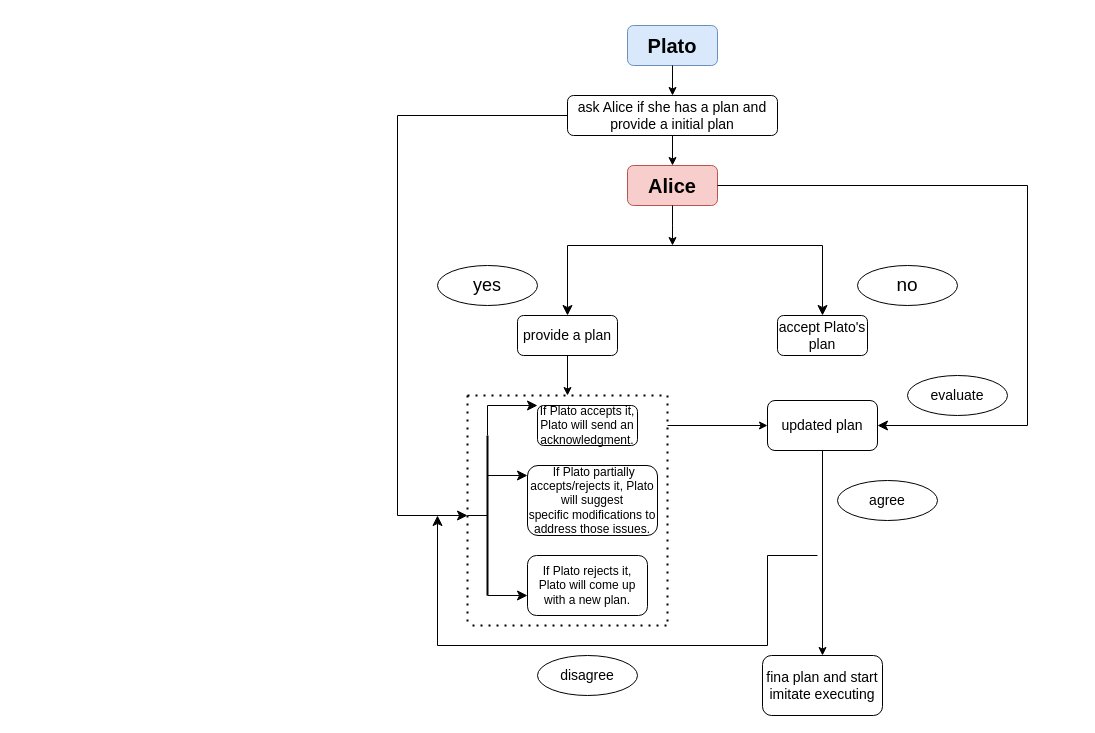
Earlier version of the draw.io diagram Untitled Diagram.drawio (duliwencynthia/Security-Report-Extracting-Plateform). Source tidied: cells renumbered, new cells numbered last; positions are measured from the earlier drawing's top-left corner, leaving out a move shared by most shapes. Both pictures are drawn from the tidied source at 100%, with x=0, y=0 at pixel (397, 25).
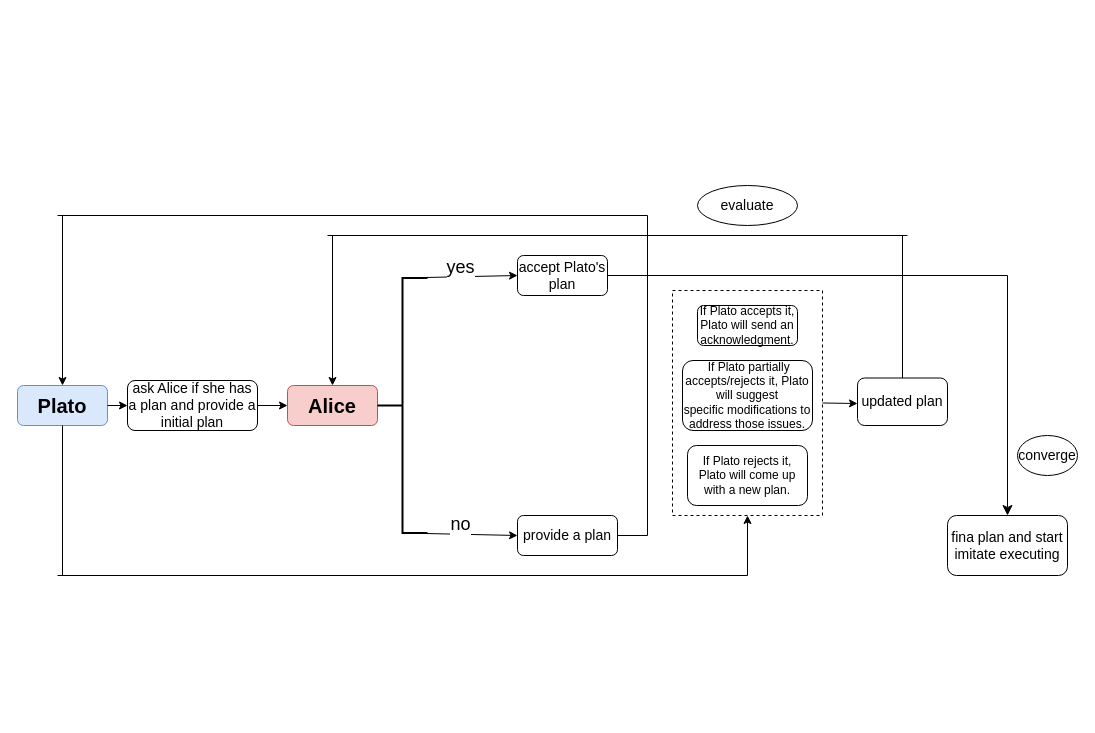
The same diagram, later.

Change to the diagram source:
```diff
@@
     <mxCell id="2" value="&lt;h4&gt;&lt;font style=&quot;font-size: 20px;&quot;&gt;Plato&lt;/font&gt;&lt;/h4&gt;" style="rounded=1;whiteSpace=wrap;html=1;fillColor=#dae8fc;strokeColor=#6c8ebf;" parent="1" vertex="1">
-      <mxGeometry x="230" width="90" height="40" as="geometry" />
+      <mxGeometry x="-380" y="360" width="90" height="40" as="geometry" />
     </mxCell>
-    <mxCell id="3" style="edgeStyle=orthogonalEdgeStyle;rounded=0;jettySize=auto;html=1;" parent="1" edge="1" source="4">
-      <mxGeometry relative="1" as="geometry">
-        <mxPoint x="275" y="220" as="targetPoint" />
-      </mxGeometry>
-    </mxCell>
     <mxCell id="4" value="&lt;h4&gt;&lt;font style=&quot;font-size: 20px;&quot;&gt;Alice&lt;/font&gt;&lt;/h4&gt;" style="rounded=1;whiteSpace=wrap;html=1;fillColor=#f8cecc;strokeColor=#b85450;" parent="1" vertex="1">
-      <mxGeometry x="230" y="140" width="90" height="40" as="geometry" />
+      <mxGeometry x="-110" y="360" width="90" height="40" as="geometry" />
     </mxCell>
-    <mxCell id="5" style="endArrow=none;html=1;rounded=0;entryX=0.5;entryY=1;entryDx=0;entryDy=0;" parent="1" edge="1" target="4">
-      <mxGeometry relative="1" as="geometry">
-        <mxPoint x="275" y="200" as="sourcePoint" />
-      </mxGeometry>
-    </mxCell>
-    <mxCell id="6" style="edgeStyle=segmentEdgeStyle;endArrow=classic;html=1;curved=0;rounded=0;endSize=8;startSize=8;" parent="1" edge="1">
-      <mxGeometry relative="1" as="geometry">
-        <mxPoint x="275" y="220" as="sourcePoint" />
-        <mxPoint x="425" y="290" as="targetPoint" />
-        <Array as="points">
-          <mxPoint x="425" y="220" />
-          <mxPoint x="425" y="290" />
-        </Array>
-      </mxGeometry>
-    </mxCell>
-    <mxCell id="7" style="edgeStyle=segmentEdgeStyle;endArrow=classic;html=1;curved=0;rounded=0;endSize=8;startSize=8;" parent="1" edge="1">
-      <mxGeometry relative="1" as="geometry">
-        <mxPoint x="325" y="220" as="sourcePoint" />
-        <mxPoint x="170" y="290" as="targetPoint" />
-        <Array as="points">
-          <mxPoint x="170" y="220" />
-          <mxPoint x="170" y="290" />
-        </Array>
-      </mxGeometry>
-    </mxCell>
-    <mxCell id="8" value="yes" style="ellipse;whiteSpace=wrap;html=1;fontSize=18;" parent="1" vertex="1">
-      <mxGeometry x="40" y="240" width="100" height="40" as="geometry" />
-    </mxCell>
-    <mxCell id="9" value="no" style="ellipse;whiteSpace=wrap;html=1;fontSize=19;" parent="1" vertex="1">
-      <mxGeometry x="460" y="240" width="100" height="40" as="geometry" />
-    </mxCell>
     <mxCell id="10" value="&lt;font style=&quot;font-size: 14px;&quot;&gt;ask Alice if she has a plan&amp;nbsp;and provide a initial plan&lt;/font&gt;" style="rounded=1;whiteSpace=wrap;html=1;" parent="1" vertex="1">
-      <mxGeometry x="170" y="70" width="210" height="40" as="geometry" />
+      <mxGeometry x="-270" y="355" width="130" height="50" as="geometry" />
     </mxCell>
-    <mxCell id="11" style="endArrow=classic;html=1;rounded=0;entryX=0.5;entryY=0;entryDx=0;entryDy=0;exitX=0.5;exitY=1;exitDx=0;exitDy=0;" parent="1" edge="1" source="2" target="10">
+    <mxCell id="11" style="endArrow=classic;html=1;rounded=0;entryX=0;entryY=0.5;entryDx=0;entryDy=0;exitX=1;exitY=0.5;exitDx=0;exitDy=0;" parent="1" edge="1" source="2" target="10">
       <mxGeometry relative="1" as="geometry" />
     </mxCell>
-    <mxCell id="12" style="endArrow=classic;html=1;rounded=0;entryX=0.5;entryY=0;entryDx=0;entryDy=0;exitX=0.5;exitY=1;exitDx=0;exitDy=0;" parent="1" edge="1" source="10" target="4">
+    <mxCell id="12" style="endArrow=classic;html=1;rounded=0;entryX=0;entryY=0.5;entryDx=0;entryDy=0;exitX=1;exitY=0.5;exitDx=0;exitDy=0;" parent="1" edge="1" source="10" target="4">
       <mxGeometry relative="1" as="geometry" />
     </mxCell>
     <mxCell id="13" value="&lt;font style=&quot;font-size: 14px;&quot;&gt;accept Plato's plan&lt;/font&gt;" style="rounded=1;whiteSpace=wrap;html=1;" parent="1" vertex="1">
-      <mxGeometry x="380" y="290" width="90" height="40" as="geometry" />
+      <mxGeometry x="120" y="230" width="90" height="40" as="geometry" />
     </mxCell>
-    <mxCell id="14" value="&lt;font style=&quot;font-size: 14px;&quot;&gt;provide a plan&lt;/font&gt;" style="rounded=1;whiteSpace=wrap;html=1;" parent="1" vertex="1">
-      <mxGeometry x="120" y="290" width="100" height="40" as="geometry" />
-    </mxCell>
-    <mxCell id="15" style="endArrow=classic;html=1;rounded=0;exitX=0.5;exitY=1;exitDx=0;exitDy=0;" parent="1" edge="1" source="14">
-      <mxGeometry relative="1" as="geometry">
-        <mxPoint x="170" y="370" as="targetPoint" />
-      </mxGeometry>
-    </mxCell>
-    <mxCell id="16" style="endArrow=none;dashed=1;html=1;dashPattern=1 3;strokeWidth=2;rounded=0;" parent="1" edge="1">
-      <mxGeometry relative="1" as="geometry">
-        <mxPoint x="70" y="370" as="sourcePoint" />
-        <mxPoint x="270" y="370" as="targetPoint" />
-        <Array as="points">
-          <mxPoint x="170" y="370" />
-        </Array>
-      </mxGeometry>
-    </mxCell>
-    <mxCell id="17" style="endArrow=none;dashed=1;html=1;dashPattern=1 3;strokeWidth=2;rounded=0;" parent="1" edge="1">
-      <mxGeometry relative="1" as="geometry">
-        <mxPoint x="70" y="370" as="sourcePoint" />
-        <mxPoint x="70" y="600" as="targetPoint" />
-        <Array as="points">
-          <mxPoint x="70" y="500" />
-        </Array>
-      </mxGeometry>
-    </mxCell>
-    <mxCell id="18" style="endArrow=none;dashed=1;html=1;dashPattern=1 3;strokeWidth=2;rounded=0;" parent="1" edge="1">
-      <mxGeometry relative="1" as="geometry">
-        <mxPoint x="270" y="370" as="sourcePoint" />
-        <mxPoint x="270" y="600" as="targetPoint" />
-        <Array as="points">
-          <mxPoint x="270" y="500" />
-        </Array>
-      </mxGeometry>
-    </mxCell>
-    <mxCell id="19" style="endArrow=none;dashed=1;html=1;dashPattern=1 3;strokeWidth=2;rounded=0;" parent="1" edge="1">
-      <mxGeometry relative="1" as="geometry">
-        <mxPoint x="75" y="600" as="sourcePoint" />
-        <mxPoint x="275" y="600" as="targetPoint" />
-        <Array as="points">
-          <mxPoint x="175" y="600" />
-        </Array>
-      </mxGeometry>
-    </mxCell>
-    <mxCell id="20" style="edgeStyle=segmentEdgeStyle;endArrow=classic;html=1;curved=0;rounded=0;endSize=8;startSize=8;exitX=0;exitY=0.5;exitDx=0;exitDy=0;" parent="1" edge="1" source="10" target="21">
-      <mxGeometry relative="1" as="geometry">
-        <Array as="points">
-          <mxPoint y="90" />
-          <mxPoint y="490" />
-        </Array>
-      </mxGeometry>
-    </mxCell>
-    <mxCell id="21" style="line;strokeWidth=1;html=1;" parent="1" vertex="1">
-      <mxGeometry x="70" y="485" width="20" height="10" as="geometry" />
-    </mxCell>
-    <mxCell id="22" style="line;strokeWidth=2;direction=south;html=1;" parent="1" vertex="1">
-      <mxGeometry x="85" y="410" width="10" height="160" as="geometry" />
-    </mxCell>
-    <mxCell id="23" style="edgeStyle=segmentEdgeStyle;endArrow=classic;html=1;curved=0;rounded=0;endSize=8;startSize=8;exitX=0;exitY=0.5;exitDx=0;exitDy=0;exitPerimeter=0;" parent="1" edge="1" source="22" target="24">
-      <mxGeometry relative="1" as="geometry">
-        <Array as="points">
-          <mxPoint x="90" y="380" />
-        </Array>
-      </mxGeometry>
-    </mxCell>
     <mxCell id="24" value="If Plato accepts it, Plato will send an acknowledgment." style="rounded=1;whiteSpace=wrap;html=1;" parent="1" vertex="1">
-      <mxGeometry x="140" y="380" width="100" height="40" as="geometry" />
+      <mxGeometry x="300" y="280" width="100" height="40" as="geometry" />
     </mxCell>
-    <mxCell id="25" style="edgeStyle=segmentEdgeStyle;endArrow=classic;html=1;curved=0;rounded=0;endSize=8;startSize=8;exitX=0.25;exitY=0.5;exitDx=0;exitDy=0;exitPerimeter=0;" parent="1" edge="1" source="22" target="26">
-      <mxGeometry relative="1" as="geometry" />
-    </mxCell>
     <mxCell id="26" value="&amp;nbsp;If Plato partially accepts/rejects it, Plato will suggest&lt;br/&gt;    specific modifications to address those issues." style="rounded=1;whiteSpace=wrap;html=1;" parent="1" vertex="1">
-      <mxGeometry x="130" y="440" width="130" height="70" as="geometry" />
+      <mxGeometry x="285" y="335" width="130" height="70" as="geometry" />
     </mxCell>
-    <mxCell id="27" style="edgeStyle=segmentEdgeStyle;endArrow=classic;html=1;curved=0;rounded=0;endSize=8;startSize=8;exitX=1;exitY=0.5;exitDx=0;exitDy=0;exitPerimeter=0;" parent="1" edge="1" source="22" target="28">
-      <mxGeometry relative="1" as="geometry" />
-    </mxCell>
     <mxCell id="28" value="If Plato rejects it, Plato will come up with a new plan." style="rounded=1;whiteSpace=wrap;html=1;" parent="1" vertex="1">
-      <mxGeometry x="130" y="530" width="120" height="60" as="geometry" />
+      <mxGeometry x="290" y="420" width="120" height="60" as="geometry" />
     </mxCell>
-    <mxCell id="29" style="endArrow=classic;html=1;rounded=0;" parent="1" edge="1" target="30">
-      <mxGeometry relative="1" as="geometry">
-        <mxPoint x="270" y="400" as="sourcePoint" />
-      </mxGeometry>
-    </mxCell>
     <mxCell id="30" value="&lt;font style=&quot;font-size: 14px;&quot;&gt;updated plan&lt;/font&gt;" style="rounded=1;whiteSpace=wrap;html=1;" parent="1" vertex="1">
-      <mxGeometry x="370" y="375" width="110" height="50" as="geometry" />
+      <mxGeometry x="460" y="352.5" width="90" height="47.5" as="geometry" />
     </mxCell>
-    <mxCell id="31" style="endArrow=classic;html=1;rounded=0;exitX=0.5;exitY=1;exitDx=0;exitDy=0;entryX=0.5;entryY=0;entryDx=0;entryDy=0;" parent="1" edge="1" source="30" target="33">
-      <mxGeometry relative="1" as="geometry" />
-    </mxCell>
-    <mxCell id="32" style="edgeStyle=segmentEdgeStyle;endArrow=classic;html=1;curved=0;rounded=0;endSize=8;startSize=8;exitX=1;exitY=0.5;exitDx=0;exitDy=0;entryX=1;entryY=0.5;entryDx=0;entryDy=0;" parent="1" edge="1" source="4" target="30">
-      <mxGeometry relative="1" as="geometry">
-        <Array as="points">
-          <mxPoint x="630" y="160" />
-          <mxPoint x="630" y="400" />
-        </Array>
-      </mxGeometry>
-    </mxCell>
     <mxCell id="33" value="&lt;font style=&quot;font-size: 14px;&quot;&gt;fina plan and start imitate executing&lt;/font&gt;" style="rounded=1;whiteSpace=wrap;html=1;" parent="1" vertex="1">
-      <mxGeometry x="365" y="630" width="120" height="60" as="geometry" />
+      <mxGeometry x="550" y="490" width="120" height="60" as="geometry" />
     </mxCell>
     <mxCell id="34" value="&lt;font style=&quot;font-size: 14px;&quot;&gt;evaluate&lt;/font&gt;" style="ellipse;whiteSpace=wrap;html=1;" parent="1" vertex="1">
-      <mxGeometry x="510" y="350" width="100" height="40" as="geometry" />
+      <mxGeometry x="300" y="160" width="100" height="40" as="geometry" />
     </mxCell>
-    <mxCell id="35" value="&lt;font style=&quot;font-size: 14px;&quot;&gt;agree&lt;/font&gt;" style="ellipse;whiteSpace=wrap;html=1;" parent="1" vertex="1">
-      <mxGeometry x="440" y="455" width="100" height="40" as="geometry" />
-    </mxCell>
-    <mxCell id="36" style="edgeStyle=segmentEdgeStyle;endArrow=classic;html=1;curved=0;rounded=0;endSize=8;startSize=8;" parent="1" edge="1">
-      <mxGeometry relative="1" as="geometry">
-        <mxPoint x="420" y="530" as="sourcePoint" />
-        <mxPoint x="40" y="490" as="targetPoint" />
-        <Array as="points">
-          <mxPoint x="370" y="530" />
-          <mxPoint x="370" y="620" />
-          <mxPoint x="40" y="620" />
-        </Array>
-      </mxGeometry>
-    </mxCell>
-    <mxCell id="37" value="&lt;font style=&quot;font-size: 14px;&quot;&gt;disagree&lt;/font&gt;" style="ellipse;whiteSpace=wrap;html=1;" parent="1" vertex="1">
-      <mxGeometry x="140" y="630" width="100" height="40" as="geometry" />
+    <mxCell id="37" value="&lt;font style=&quot;font-size: 14px;&quot;&gt;converge&lt;/font&gt;" style="ellipse;whiteSpace=wrap;html=1;" parent="1" vertex="1">
+      <mxGeometry x="620" y="410" width="60" height="40" as="geometry" />
     </mxCell>
+    <mxCell id="38" style="strokeWidth=2;html=1;shape=mxgraph.flowchart.annotation_2;align=left;labelPosition=right;" parent="1" vertex="1">
+      <mxGeometry x="-20" y="252.5" width="50" height="255" as="geometry" />
+    </mxCell>
+    <mxCell id="39" style="endArrow=classic;html=1;rounded=0;entryX=0;entryY=0.5;entryDx=0;entryDy=0;exitX=0.5;exitY=0;exitDx=0;exitDy=0;exitPerimeter=0;" parent="1" edge="1" source="38" target="13">
+      <mxGeometry relative="1" as="geometry" />
+    </mxCell>
+    <mxCell id="8" value="&lt;font style=&quot;font-size: 18px;&quot;&gt;yes&lt;/font&gt;" style="edgeLabel;html=1;align=center;verticalAlign=middle;" parent="39" vertex="1">
+      <mxGeometry relative="1" as="geometry">
+        <mxPoint y="-10" as="offset" />
+      </mxGeometry>
+    </mxCell>
+    <mxCell id="14" value="&lt;font style=&quot;font-size: 14px;&quot;&gt;provide a plan&lt;/font&gt;" style="rounded=1;whiteSpace=wrap;html=1;" parent="1" vertex="1">
+      <mxGeometry x="120" y="490" width="100" height="40" as="geometry" />
+    </mxCell>
+    <mxCell id="40" style="endArrow=classic;html=1;rounded=0;entryX=0;entryY=0.5;entryDx=0;entryDy=0;exitX=0.5;exitY=1;exitDx=0;exitDy=0;exitPerimeter=0;" parent="1" edge="1" source="38" target="14">
+      <mxGeometry relative="1" as="geometry" />
+    </mxCell>
+    <mxCell id="9" value="&lt;font style=&quot;font-size: 18px;&quot;&gt;no&lt;/font&gt;" style="edgeLabel;html=1;align=center;verticalAlign=middle;" parent="40" vertex="1">
+      <mxGeometry relative="1" as="geometry">
+        <mxPoint y="-10" as="offset" />
+      </mxGeometry>
+    </mxCell>
+    <mxCell id="41" style="rounded=0;whiteSpace=wrap;html=1;dashed=1;glass=1;gradientColor=none;fillColor=none;" parent="1" vertex="1">
+      <mxGeometry x="275" y="265" width="150" height="225" as="geometry" />
+    </mxCell>
+    <mxCell id="42" style="endArrow=none;html=1;rounded=0;exitX=1;exitY=0.5;exitDx=0;exitDy=0;" parent="1" edge="1" source="14">
+      <mxGeometry relative="1" as="geometry">
+        <mxPoint x="250" y="510" as="targetPoint" />
+      </mxGeometry>
+    </mxCell>
+    <mxCell id="43" style="endArrow=none;html=1;rounded=0;" parent="1" edge="1">
+      <mxGeometry relative="1" as="geometry">
+        <mxPoint x="250" y="510" as="sourcePoint" />
+        <mxPoint x="250" y="190" as="targetPoint" />
+      </mxGeometry>
+    </mxCell>
+    <mxCell id="44" style="endArrow=none;html=1;rounded=0;" parent="1" edge="1">
+      <mxGeometry relative="1" as="geometry">
+        <mxPoint x="250" y="190" as="sourcePoint" />
+        <mxPoint x="-340" y="190" as="targetPoint" />
+      </mxGeometry>
+    </mxCell>
+    <mxCell id="45" style="endArrow=classic;html=1;rounded=0;entryX=0.5;entryY=0;entryDx=0;entryDy=0;" parent="1" edge="1" target="2">
+      <mxGeometry relative="1" as="geometry">
+        <mxPoint x="-335" y="190" as="sourcePoint" />
+      </mxGeometry>
+    </mxCell>
+    <mxCell id="46" style="endArrow=none;html=1;rounded=0;entryX=0.5;entryY=1;entryDx=0;entryDy=0;" parent="1" edge="1" target="2">
+      <mxGeometry relative="1" as="geometry">
+        <mxPoint x="-335" y="550" as="sourcePoint" />
+      </mxGeometry>
+    </mxCell>
+    <mxCell id="47" style="endArrow=none;html=1;rounded=0;" parent="1" edge="1">
+      <mxGeometry relative="1" as="geometry">
+        <mxPoint x="-340" y="550" as="sourcePoint" />
+        <mxPoint x="350" y="550" as="targetPoint" />
+      </mxGeometry>
+    </mxCell>
+    <mxCell id="48" style="endArrow=classic;html=1;rounded=0;entryX=0.5;entryY=1;entryDx=0;entryDy=0;" parent="1" edge="1" target="41">
+      <mxGeometry relative="1" as="geometry">
+        <mxPoint x="350" y="550" as="sourcePoint" />
+      </mxGeometry>
+    </mxCell>
+    <mxCell id="49" style="endArrow=classic;html=1;rounded=0;exitX=1;exitY=0.5;exitDx=0;exitDy=0;" parent="1" edge="1" source="41">
+      <mxGeometry relative="1" as="geometry">
+        <mxPoint x="460" y="378" as="targetPoint" />
+      </mxGeometry>
+    </mxCell>
+    <mxCell id="50" style="endArrow=none;html=1;rounded=0;exitX=0.5;exitY=0;exitDx=0;exitDy=0;" parent="1" edge="1" source="30">
+      <mxGeometry relative="1" as="geometry">
+        <mxPoint x="505" y="210" as="targetPoint" />
+      </mxGeometry>
+    </mxCell>
+    <mxCell id="51" style="endArrow=none;html=1;rounded=0;" parent="1" edge="1">
+      <mxGeometry relative="1" as="geometry">
+        <mxPoint x="-70" y="210" as="sourcePoint" />
+        <mxPoint x="510" y="210" as="targetPoint" />
+      </mxGeometry>
+    </mxCell>
+    <mxCell id="52" style="endArrow=classic;html=1;rounded=0;entryX=0.5;entryY=0;entryDx=0;entryDy=0;" parent="1" edge="1" target="4">
+      <mxGeometry relative="1" as="geometry">
+        <mxPoint x="-65" y="210" as="sourcePoint" />
+      </mxGeometry>
+    </mxCell>
+    <mxCell id="53" style="edgeStyle=segmentEdgeStyle;endArrow=classic;html=1;curved=0;rounded=0;endSize=8;startSize=8;exitX=1;exitY=0.5;exitDx=0;exitDy=0;entryX=0.5;entryY=0;entryDx=0;entryDy=0;" parent="1" edge="1" source="13" target="33">
+      <mxGeometry relative="1" as="geometry">
+        <Array as="points">
+          <mxPoint x="610" y="250" />
+        </Array>
+      </mxGeometry>
+    </mxCell>
```
